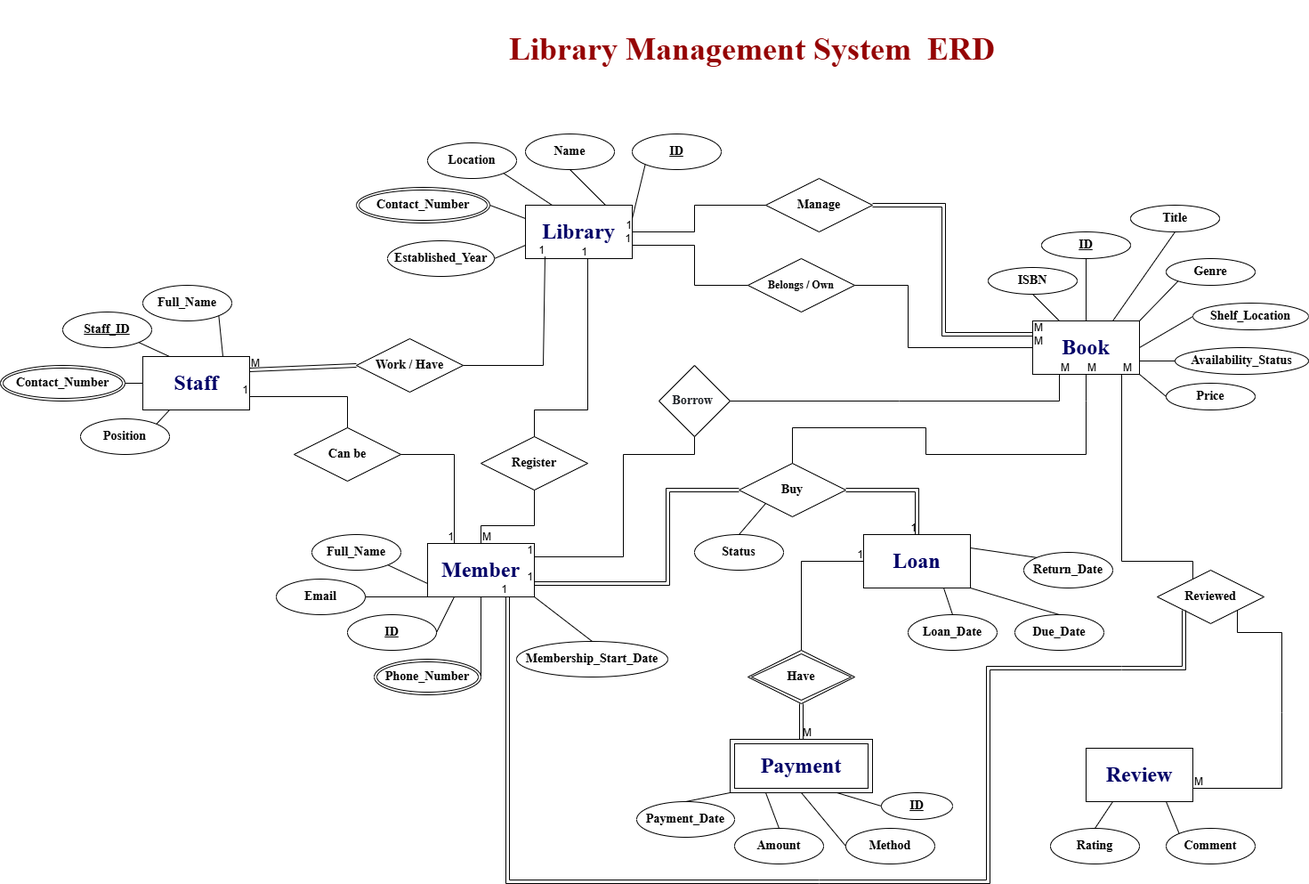
Before: image/LibraryManagmenetSystemERD.png, a diagram exported from draw.io (rahmaAlmamari/LibraryManagementSystemDB-_ProjectPart1). Source tidied: cells renumbered, new cells last; positions are measured from the earlier drawing's top-left corner, leaving out a move shared by most shapes.
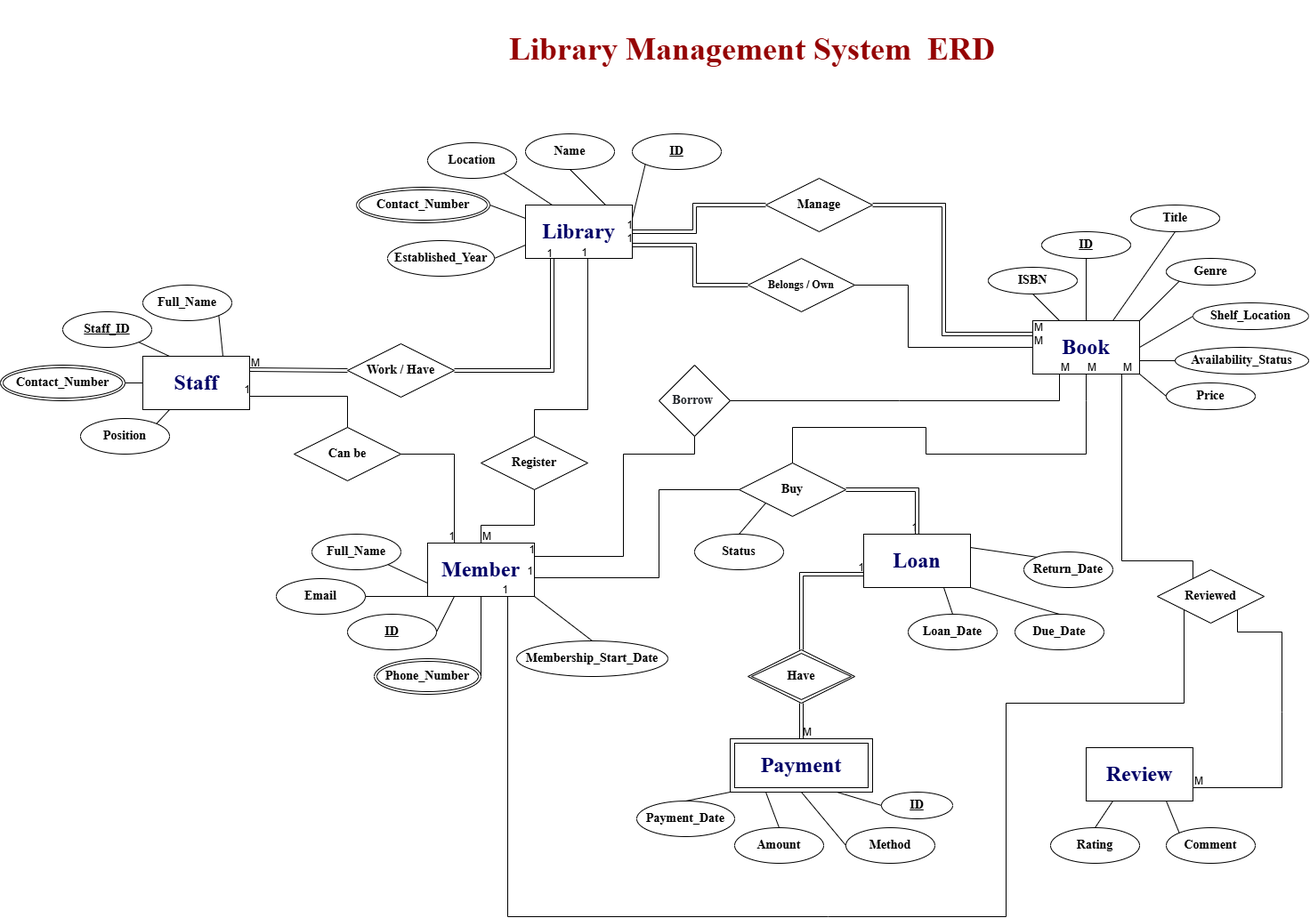
Above is the later version.

Commit message:
modefiy ERD to fix partial participation and total participation

What changed in the source:
```diff
@@ -223,17 +223,6 @@
     <mxCell id="73" style="html=1;whiteSpace=wrap;align=right;verticalAlign=bottom;" parent="71" vertex="1">
       <mxGeometry x="1" relative="1" as="geometry" />
     </mxCell>
-    <mxCell id="74" style="endArrow=none;html=1;rounded=0;entryX=1;entryY=0.5;entryDx=0;entryDy=0;exitX=0;exitY=0.5;exitDx=0;exitDy=0;" parent="1" edge="1" source="69" target="7">
-      <mxGeometry relative="1" as="geometry">
-        <Array as="points">
-          <mxPoint x="780" y="230" />
-          <mxPoint x="780" y="260" />
-        </Array>
-      </mxGeometry>
-    </mxCell>
-    <mxCell id="75" value="1" style="html=1;whiteSpace=wrap;align=right;verticalAlign=bottom;" parent="74" vertex="1">
-      <mxGeometry x="1" relative="1" as="geometry" />
-    </mxCell>
     <mxCell id="76" style="endArrow=none;html=1;rounded=0;exitX=0;exitY=0.5;exitDx=0;exitDy=0;entryX=1;entryY=0.5;entryDx=0;entryDy=0;" parent="1" edge="1" source="3" target="70">
       <mxGeometry relative="1" as="geometry">
         <Array as="points">
@@ -248,17 +237,6 @@
     <mxCell id="78" style="html=1;whiteSpace=wrap;align=right;verticalAlign=bottom;" parent="76" vertex="1">
       <mxGeometry x="1" relative="1" as="geometry" />
     </mxCell>
-    <mxCell id="79" style="endArrow=none;html=1;rounded=0;entryX=1;entryY=0.75;entryDx=0;entryDy=0;exitX=0;exitY=0.5;exitDx=0;exitDy=0;" parent="1" edge="1" source="70" target="7">
-      <mxGeometry relative="1" as="geometry">
-        <Array as="points">
-          <mxPoint x="780" y="320" />
-          <mxPoint x="780" y="275" />
-        </Array>
-      </mxGeometry>
-    </mxCell>
-    <mxCell id="80" value="1" style="html=1;whiteSpace=wrap;align=right;verticalAlign=bottom;" parent="79" vertex="1">
-      <mxGeometry x="1" relative="1" as="geometry" />
-    </mxCell>
     <mxCell id="81" value="&lt;font style=&quot;font-size: 14px;&quot; face=&quot;Times New Roman&quot;&gt;&lt;b&gt;Register&lt;/b&gt;&lt;/font&gt;" style="shape=rhombus;perimeter=rhombusPerimeter;whiteSpace=wrap;html=1;align=center;" parent="1" vertex="1">
       <mxGeometry x="540" y="490" width="120" height="60" as="geometry" />
     </mxCell>
@@ -311,7 +289,7 @@
       <mxGeometry x="1" relative="1" as="geometry" />
     </mxCell>
     <mxCell id="92" value="&lt;font style=&quot;font-size: 14px;&quot; face=&quot;Times New Roman&quot;&gt;&lt;b&gt;Work / Have&lt;/b&gt;&lt;/font&gt;" style="shape=rhombus;perimeter=rhombusPerimeter;whiteSpace=wrap;html=1;align=center;" parent="1" vertex="1">
-      <mxGeometry x="400" y="380" width="120" height="60" as="geometry" />
+      <mxGeometry x="390" y="386" width="120" height="60" as="geometry" />
     </mxCell>
     <mxCell id="93" style="shape=link;html=1;rounded=0;entryX=0;entryY=0.5;entryDx=0;entryDy=0;exitX=1;exitY=0.25;exitDx=0;exitDy=0;" parent="1" edge="1" source="8" target="92">
       <mxGeometry relative="1" as="geometry" />
@@ -322,16 +300,6 @@
     <mxCell id="95" style="html=1;whiteSpace=wrap;align=right;verticalAlign=bottom;" parent="93" vertex="1">
       <mxGeometry x="1" relative="1" as="geometry" />
     </mxCell>
-    <mxCell id="96" style="endArrow=none;html=1;rounded=0;entryX=0.183;entryY=0.962;entryDx=0;entryDy=0;exitX=1;exitY=0.5;exitDx=0;exitDy=0;entryPerimeter=0;" parent="1" edge="1" source="92" target="7">
-      <mxGeometry relative="1" as="geometry">
-        <Array as="points">
-          <mxPoint x="610" y="410" />
-        </Array>
-      </mxGeometry>
-    </mxCell>
-    <mxCell id="97" value="1" style="html=1;whiteSpace=wrap;align=right;verticalAlign=bottom;" parent="96" vertex="1">
-      <mxGeometry x="1" relative="1" as="geometry" />
-    </mxCell>
     <mxCell id="98" value="&lt;font style=&quot;font-size: 14px;&quot; face=&quot;Times New Roman&quot;&gt;&lt;b&gt;Have&lt;/b&gt;&lt;/font&gt;" style="shape=rhombus;double=1;perimeter=rhombusPerimeter;whiteSpace=wrap;html=1;align=center;" parent="1" vertex="1">
       <mxGeometry x="840" y="730" width="120" height="60" as="geometry" />
     </mxCell>
@@ -346,16 +314,6 @@
         <mxPoint x="490" y="-170" as="offset" />
       </mxGeometry>
     </mxCell>
-    <mxCell id="102" style="endArrow=none;html=1;rounded=0;entryX=0;entryY=0.5;entryDx=0;entryDy=0;exitX=0.5;exitY=0;exitDx=0;exitDy=0;" parent="1" edge="1" source="98" target="6">
-      <mxGeometry relative="1" as="geometry">
-        <Array as="points">
-          <mxPoint x="900" y="630" />
-        </Array>
-      </mxGeometry>
-    </mxCell>
-    <mxCell id="103" value="1" style="html=1;whiteSpace=wrap;align=right;verticalAlign=bottom;" parent="102" vertex="1">
-      <mxGeometry x="1" relative="1" as="geometry" />
-    </mxCell>
     <mxCell id="104" value="&lt;font style=&quot;font-size: 14px;&quot; face=&quot;Times New Roman&quot;&gt;&lt;b&gt;Buy&lt;/b&gt;&lt;/font&gt;" style="shape=rhombus;perimeter=rhombusPerimeter;whiteSpace=wrap;html=1;align=center;" parent="1" vertex="1">
       <mxGeometry x="830" y="520" width="120" height="60" as="geometry" />
     </mxCell>
@@ -386,17 +344,6 @@
     <mxCell id="109" value="1" style="html=1;whiteSpace=wrap;align=right;verticalAlign=bottom;" parent="108" vertex="1">
       <mxGeometry x="1" relative="1" as="geometry" />
     </mxCell>
-    <mxCell id="110" style="shape=link;html=1;rounded=0;exitX=0;exitY=0.5;exitDx=0;exitDy=0;entryX=1;entryY=0.75;entryDx=0;entryDy=0;" parent="1" edge="1" source="104" target="4">
-      <mxGeometry relative="1" as="geometry">
-        <Array as="points">
-          <mxPoint x="750" y="550" />
-          <mxPoint x="750" y="655" />
-        </Array>
-      </mxGeometry>
-    </mxCell>
-    <mxCell id="111" value="1" style="html=1;whiteSpace=wrap;align=right;verticalAlign=bottom;" parent="110" vertex="1">
-      <mxGeometry x="1" relative="1" as="geometry" />
-    </mxCell>
     <mxCell id="112" value="&lt;font style=&quot;font-size: 14px;&quot; face=&quot;Times New Roman&quot;&gt;&lt;b&gt;Status&lt;/b&gt;&lt;/font&gt;" style="ellipse;whiteSpace=wrap;html=1;align=center;" parent="1" vertex="1">
       <mxGeometry x="780" y="600" width="100" height="40" as="geometry" />
     </mxCell>
@@ -437,21 +384,6 @@
     <mxCell id="120" style="html=1;whiteSpace=wrap;align=right;verticalAlign=bottom;" parent="118" vertex="1">
       <mxGeometry x="1" relative="1" as="geometry" />
     </mxCell>
-    <mxCell id="121" style="shape=link;html=1;rounded=0;entryX=0.75;entryY=1;entryDx=0;entryDy=0;exitX=0;exitY=1;exitDx=0;exitDy=0;" parent="1" edge="1" source="114" target="4">
-      <mxGeometry relative="1" as="geometry">
-        <Array as="points">
-          <mxPoint x="1330" y="750" />
-          <mxPoint x="1260" y="750" />
-          <mxPoint x="1110" y="750" />
-          <mxPoint x="1110" y="990" />
-          <mxPoint x="920" y="990" />
-          <mxPoint x="570" y="990" />
-        </Array>
-      </mxGeometry>
-    </mxCell>
-    <mxCell id="122" value="1" style="html=1;whiteSpace=wrap;align=right;verticalAlign=bottom;" parent="121" vertex="1">
-      <mxGeometry x="1" relative="1" as="geometry" />
-    </mxCell>
     <mxCell id="123" value="&lt;b style=&quot;font-family: &amp;quot;Times New Roman&amp;quot;; font-size: 14px;&quot;&gt;Contact_Number&lt;/b&gt;" style="ellipse;shape=doubleEllipse;margin=3;whiteSpace=wrap;html=1;align=center;" parent="1" vertex="1">
       <mxGeometry x="400" y="210" width="150" height="40" as="geometry" />
     </mxCell>
@@ -484,5 +416,73 @@
     <mxCell id="129" style="html=1;whiteSpace=wrap;align=right;verticalAlign=bottom;" parent="127" vertex="1">
       <mxGeometry x="1" relative="1" as="geometry" />
     </mxCell>
+    <mxCell id="79" style="shape=link;html=1;rounded=0;entryX=1;entryY=0.75;entryDx=0;entryDy=0;exitX=0;exitY=0.5;exitDx=0;exitDy=0;" parent="1" edge="1" source="70" target="7">
+      <mxGeometry relative="1" as="geometry">
+        <Array as="points">
+          <mxPoint x="780" y="320" />
+          <mxPoint x="780" y="275" />
+        </Array>
+      </mxGeometry>
+    </mxCell>
+    <mxCell id="130" value="1" style="html=1;whiteSpace=wrap;align=right;verticalAlign=bottom;" parent="79" vertex="1">
+      <mxGeometry x="1" relative="1" as="geometry" />
+    </mxCell>
+    <mxCell id="102" style="shape=link;html=1;rounded=0;entryX=0;entryY=0.75;entryDx=0;entryDy=0;exitX=0.5;exitY=0;exitDx=0;exitDy=0;" parent="1" edge="1" source="98" target="6">
+      <mxGeometry relative="1" as="geometry">
+        <Array as="points">
+          <mxPoint x="900" y="645" />
+        </Array>
+      </mxGeometry>
+    </mxCell>
+    <mxCell id="131" value="1" style="html=1;whiteSpace=wrap;align=right;verticalAlign=bottom;" parent="102" vertex="1">
+      <mxGeometry x="1" relative="1" as="geometry" />
+    </mxCell>
+    <mxCell id="132" style="endArrow=none;html=1;rounded=0;exitX=0;exitY=0.5;exitDx=0;exitDy=0;" parent="1" edge="1" source="104">
+      <mxGeometry relative="1" as="geometry">
+        <mxPoint x="600" y="649" as="targetPoint" />
+        <Array as="points">
+          <mxPoint x="740" y="550" />
+          <mxPoint x="740" y="649" />
+        </Array>
+      </mxGeometry>
+    </mxCell>
+    <mxCell id="133" value="1" style="html=1;whiteSpace=wrap;align=right;verticalAlign=bottom;" parent="132" vertex="1">
+      <mxGeometry x="1" relative="1" as="geometry" />
+    </mxCell>
+    <mxCell id="121" style="endArrow=none;html=1;rounded=0;entryX=0.75;entryY=1;entryDx=0;entryDy=0;exitX=0;exitY=1;exitDx=0;exitDy=0;" parent="1" edge="1" source="114" target="4">
+      <mxGeometry relative="1" as="geometry">
+        <Array as="points">
+          <mxPoint x="1330" y="790" />
+          <mxPoint x="1130" y="790" />
+          <mxPoint x="1130" y="1030" />
+          <mxPoint x="930" y="1030" />
+          <mxPoint x="570" y="1030" />
+        </Array>
+      </mxGeometry>
+    </mxCell>
+    <mxCell id="134" value="1" style="html=1;whiteSpace=wrap;align=right;verticalAlign=bottom;" parent="121" vertex="1">
+      <mxGeometry x="1" relative="1" as="geometry" />
+    </mxCell>
+    <mxCell id="96" style="shape=link;html=1;rounded=0;entryX=0.25;entryY=1;entryDx=0;entryDy=0;exitX=1;exitY=0.5;exitDx=0;exitDy=0;" parent="1" edge="1" source="92" target="7">
+      <mxGeometry relative="1" as="geometry">
+        <Array as="points">
+          <mxPoint x="620" y="416" />
+        </Array>
+      </mxGeometry>
+    </mxCell>
+    <mxCell id="135" value="1" style="html=1;whiteSpace=wrap;align=right;verticalAlign=bottom;" parent="96" vertex="1">
+      <mxGeometry x="1" relative="1" as="geometry" />
+    </mxCell>
+    <mxCell id="74" style="shape=link;html=1;rounded=0;entryX=1;entryY=0.5;entryDx=0;entryDy=0;exitX=0;exitY=0.5;exitDx=0;exitDy=0;" parent="1" edge="1" source="69" target="7">
+      <mxGeometry relative="1" as="geometry">
+        <Array as="points">
+          <mxPoint x="780" y="230" />
+          <mxPoint x="780" y="260" />
+        </Array>
+      </mxGeometry>
+    </mxCell>
+    <mxCell id="136" value="1" style="html=1;whiteSpace=wrap;align=right;verticalAlign=bottom;" parent="74" vertex="1">
+      <mxGeometry x="1" relative="1" as="geometry" />
+    </mxCell>
   </root>
 </mxGraphModel>
```
